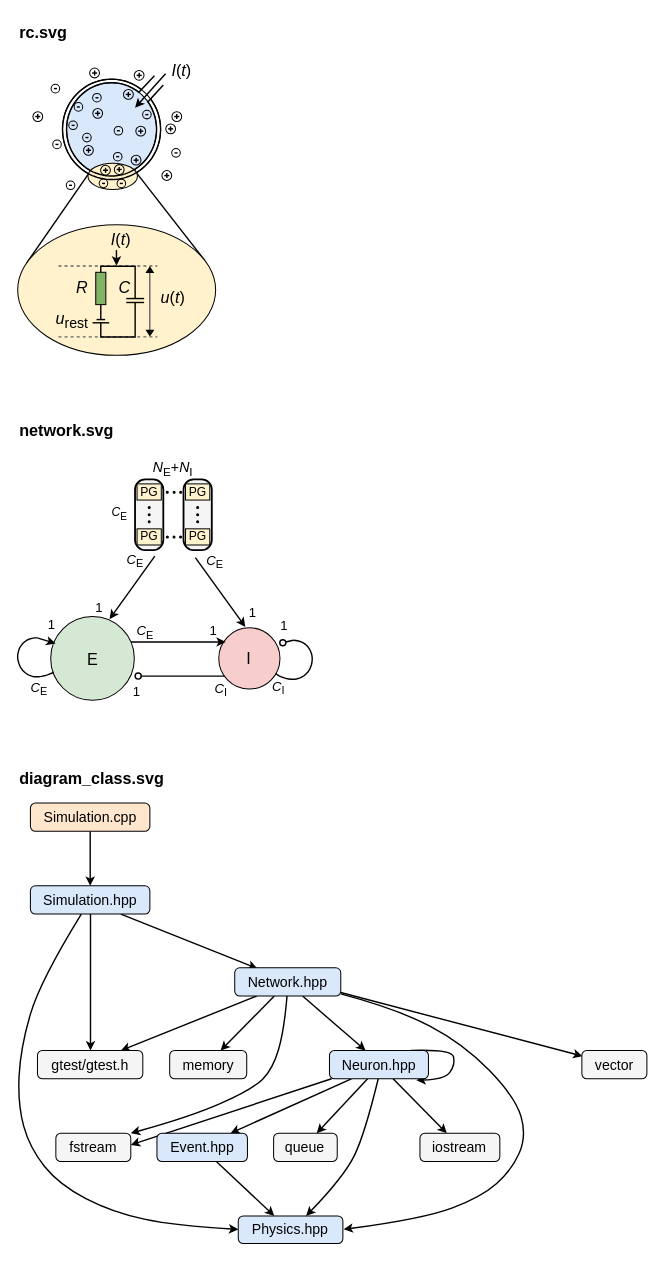
Before: assets/lif-brunel/lif-brunel.drawio in brunomaga/brunomaga.github.io, a draw.io diagram. Source tidied: cells renumbered, new cells numbered last; positions are measured from the earlier drawing's top-left corner, leaving out a move shared by most shapes. Both pictures are drawn from the tidied source at 101%, with x=0, y=0 at pixel (17, 17).
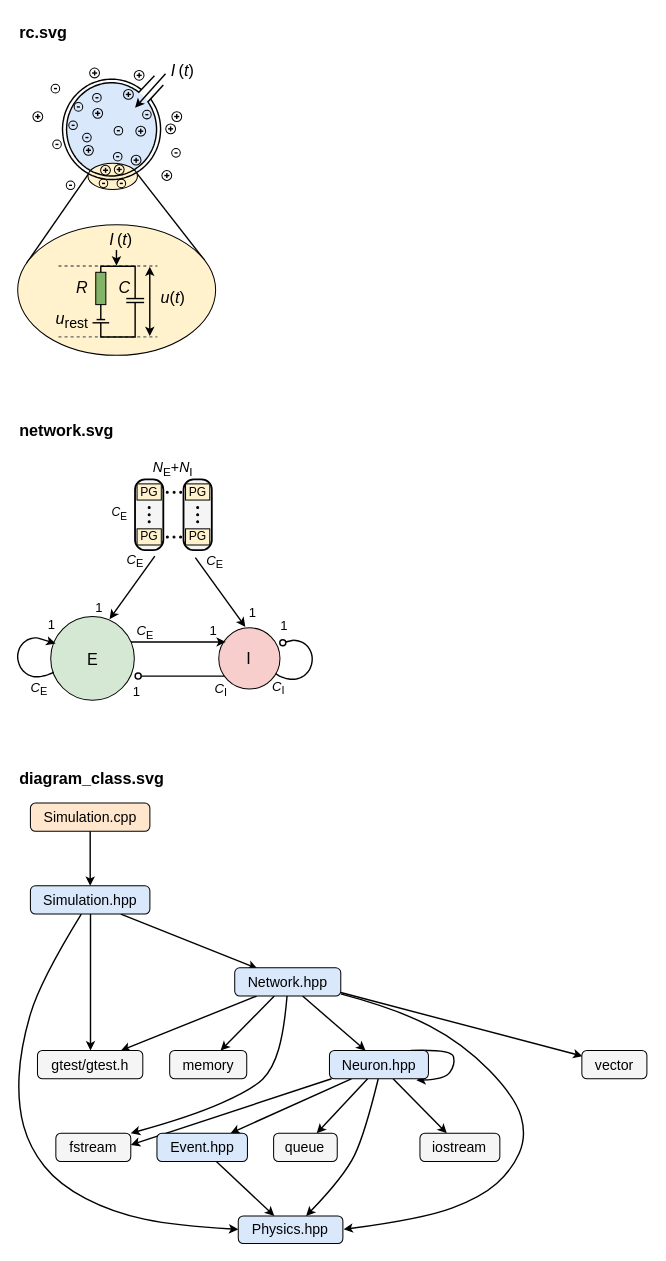
After the change.

Commit message (it also covers changes not shown here):
Pictures: rc: membrane open at the electrode, thin space in I(t), black u(t) arrow with classic heads

Claude-Session: https://claude.ai/code/session_018fEqNS7ci3QNrYJs24V3E6

Unchanged cells that the change refers to:
```xml
<mxCell id="3" style="group;fontFamily=Source Sans 3;" parent="1" vertex="1">
  <mxGeometry y="40" width="196" height="294.3" as="geometry" />
</mxCell>
```

What changed in the source:
```diff
@@
-    <mxCell id="7" style="ellipse;whiteSpace=wrap;html=1;fillColor=#ffffff;strokeColor=#000000;mask=1;fontFamily=Source Sans 3;strokeWidth=1.0;" parent="3" vertex="1">
+    <mxCell id="7" style="ellipse;whiteSpace=wrap;html=1;fillColor=#ffffff;strokeColor=none;mask=1;fontFamily=Source Sans 3;strokeWidth=1.0;" parent="3" vertex="1">
       <mxGeometry x="44.4" y="20.9" width="97.1" height="99.4" as="geometry" />
     </mxCell>
-    <mxCell id="8" style="ellipse;whiteSpace=wrap;html=1;fillColor=#dae8fc;strokeColor=#000000;mask=1;fontFamily=Source Sans 3;strokeWidth=1.0;" parent="3" vertex="1">
+    <mxCell id="8" style="ellipse;whiteSpace=wrap;html=1;fillColor=#dae8fc;strokeColor=none;mask=1;fontFamily=Source Sans 3;strokeWidth=1.0;" parent="3" vertex="1">
       <mxGeometry x="48.4" y="24.4" width="89.1" height="92.3" as="geometry" />
     </mxCell>
@@
-    <mxCell id="13" value="&lt;i&gt;I&lt;/i&gt;(&lt;i&gt;t&lt;/i&gt;)" style="text;html=1;whiteSpace=wrap;align=center;verticalAlign=middle;fontSize=16;fontStyle=0;fontFamily=NewComputerModernSansMath;fontColor=#000000;" parent="3" vertex="1">
+    <mxCell id="13" value="&lt;i&gt;I&lt;/i&gt; (&lt;i&gt;t&lt;/i&gt;)" style="text;html=1;whiteSpace=nowrap;align=center;verticalAlign=middle;fontSize=16;fontStyle=0;fontFamily=NewComputerModernSansMath;fontColor=#000000;" parent="3" vertex="1">
       <mxGeometry x="149.1" width="27.4" height="23.2" as="geometry" />
     </mxCell>
@@
-    <mxCell id="90" style="endArrow=none;startArrow=none;html=1;rounded=0;strokeColor=#666666;strokeWidth=1.4;fontSize=12;endFill=0;fontStyle=0;fontFamily=Source Sans 3;fontColor=#000000;" parent="3" edge="1">
+    <mxCell id="90" style="endArrow=classic;startArrow=classic;html=1;rounded=0;strokeColor=#000000;strokeWidth=1.4;fontSize=12;endFill=1;fontStyle=0;fontFamily=Source Sans 3;fontColor=#000000;endSize=5;startFill=1;startSize=5;" parent="3" edge="1">
       <mxGeometry relative="1" as="geometry">
-        <mxPoint x="130.8" y="211.6" as="sourcePoint" />
-        <mxPoint x="130.8" y="269.6" as="targetPoint" />
+        <mxPoint x="130.8" y="206.6" as="sourcePoint" />
+        <mxPoint x="130.8" y="275.2" as="targetPoint" />
       </mxGeometry>
     </mxCell>
-    <mxCell id="91" style="triangle;whiteSpace=wrap;html=1;fillColor=#000000;direction=north;strokeColor=#000000;strokeWidth=1.0;fontFamily=Source Sans 3;rounded=0;" parent="3" vertex="1">
-      <mxGeometry x="127.5" y="207" width="6.8" height="5.2" as="geometry" />
-    </mxCell>
-    <mxCell id="92" style="triangle;whiteSpace=wrap;html=1;fillColor=#000000;direction=south;strokeColor=#000000;strokeWidth=1.0;fontFamily=Source Sans 3;rounded=0;" parent="3" vertex="1">
-      <mxGeometry x="127.5" y="269.6" width="6.8" height="5.2" as="geometry" />
-    </mxCell>
-    <mxCell id="93" value="&lt;i&gt;I&lt;/i&gt;(&lt;i&gt;t&lt;/i&gt;)" style="text;html=1;whiteSpace=wrap;align=center;verticalAlign=middle;fontSize=16;fontStyle=0;fontFamily=NewComputerModernSansMath;fontColor=#000000;" parent="3" vertex="1">
+    <mxCell id="93" value="&lt;i&gt;I&lt;/i&gt; (&lt;i&gt;t&lt;/i&gt;)" style="text;html=1;whiteSpace=nowrap;align=center;verticalAlign=middle;fontSize=16;fontStyle=0;fontFamily=NewComputerModernSansMath;fontColor=#000000;" parent="3" vertex="1">
       <mxGeometry x="88.6" y="168.5" width="27.4" height="23.2" as="geometry" />
     </mxCell>
```
